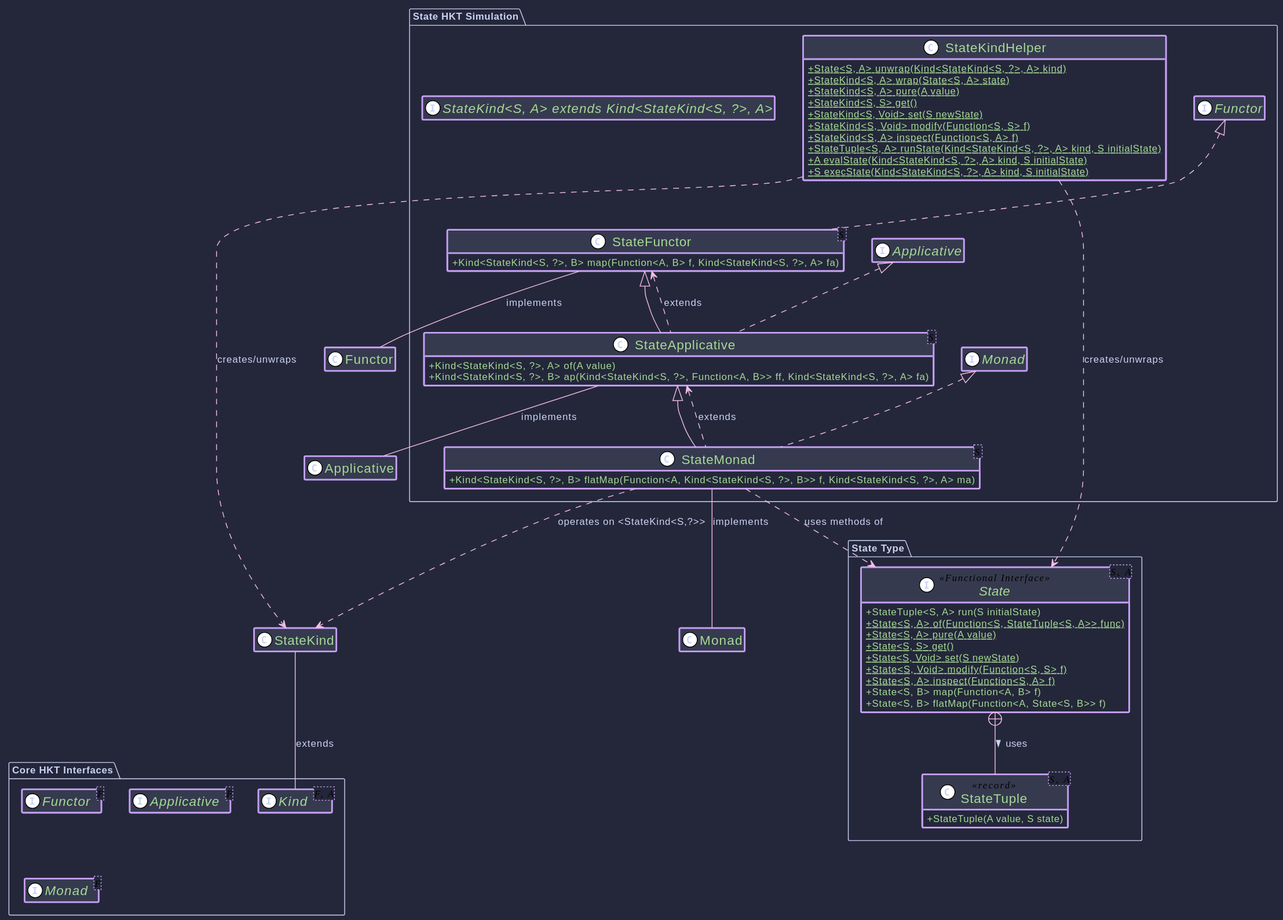
Above: hkj-book/src/images/puml/state_monad.svg in higher-kinded-j/higher-kinded-j (PlantUML), before the change.
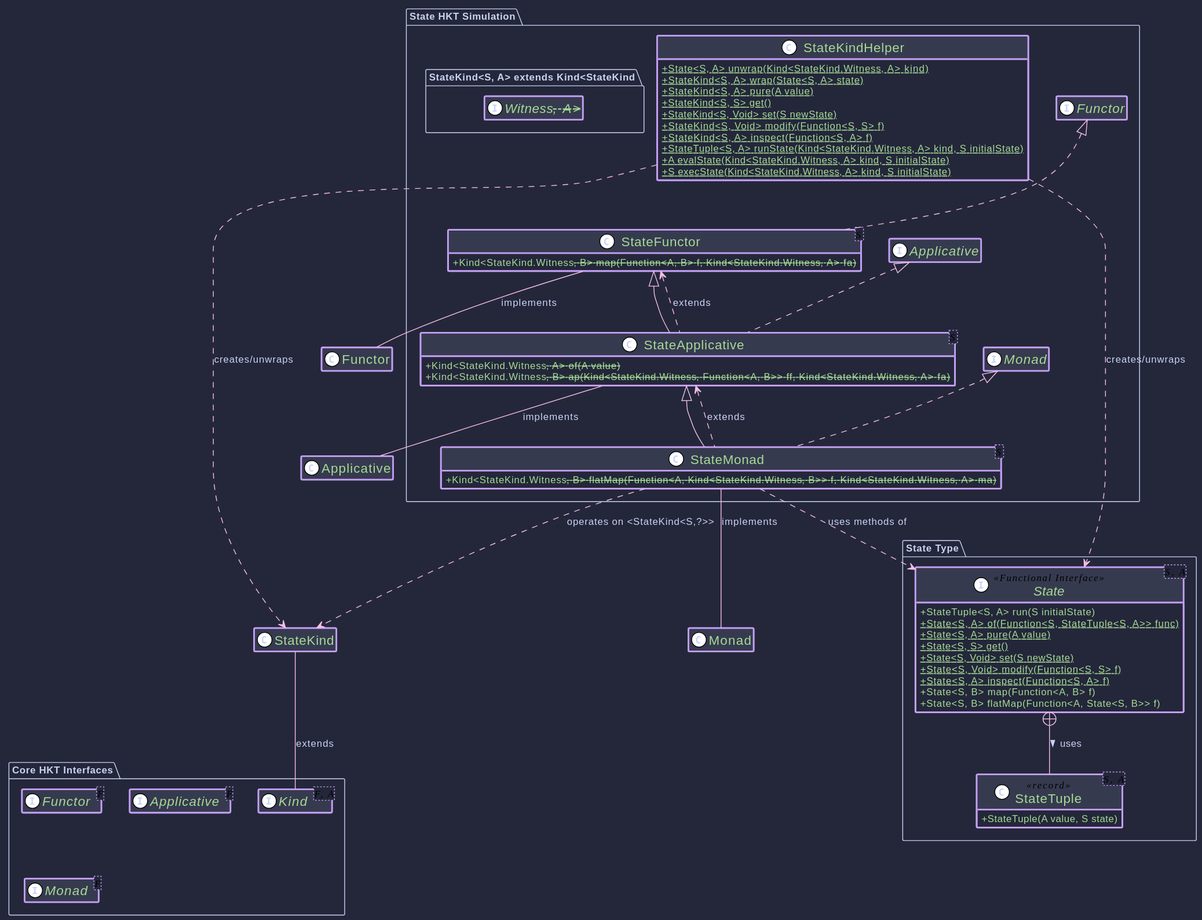
Later version of the same file.

Diff of the diagram source:
```diff
@@ -33,30 +33,30 @@
 }
 
 package "State HKT Simulation" {
-    interface "StateKind<S, A> extends Kind<StateKind<S, ?>, A>"
+    interface "StateKind<S, A> extends Kind<StateKind.Witness<S>, A>"
 
     class StateKindHelper {
-      + {static} State<S, A> unwrap(Kind<StateKind<S, ?>, A> kind)
+      + {static} State<S, A> unwrap(Kind<StateKind.Witness<S>, A> kind)
       + {static} StateKind<S, A> wrap(State<S, A> state)
       + {static} StateKind<S, A> pure(A value)
       + {static} StateKind<S, S> get()
       + {static} StateKind<S, Void> set(S newState)
       + {static} StateKind<S, Void> modify(Function<S, S> f)
       + {static} StateKind<S, A> inspect(Function<S, A> f)
-      + {static} StateTuple<S, A> runState(Kind<StateKind<S, ?>, A> kind, S initialState)
-      + {static} A evalState(Kind<StateKind<S, ?>, A> kind, S initialState)
-      + {static} S execState(Kind<StateKind<S, ?>, A> kind, S initialState)
+      + {static} StateTuple<S, A> runState(Kind<StateKind.Witness<S>, A> kind, S initialState)
+      + {static} A evalState(Kind<StateKind.Witness<S>, A> kind, S initialState)
+      + {static} S execState(Kind<StateKind.Witness<S>, A> kind, S initialState)
     }
 
-    class StateFunctor<S> implements Functor<StateKind<S, ?>> {
-       + Kind<StateKind<S, ?>, B> map(Function<A, B> f, Kind<StateKind<S, ?>, A> fa)
+    class StateFunctor<S> implements Functor<StateKind.Witness<S>> {
+       + Kind<StateKind.Witness<S>, B> map(Function<A, B> f, Kind<StateKind.Witness<S>, A> fa)
     }
-    class StateApplicative<S> extends StateFunctor<S> implements Applicative<StateKind<S, ?>> {
-       + Kind<StateKind<S, ?>, A> of(A value)
-       + Kind<StateKind<S, ?>, B> ap(Kind<StateKind<S, ?>, Function<A, B>> ff, Kind<StateKind<S, ?>, A> fa)
+    class StateApplicative<S> extends StateFunctor<S> implements Applicative<StateKind.Witness<S>> {
+       + Kind<StateKind.Witness<S>, A> of(A value)
+       + Kind<StateKind.Witness<S>, B> ap(Kind<StateKind.Witness<S>, Function<A, B>> ff, Kind<StateKind.Witness<S>, A> fa)
     }
-    class StateMonad<S> extends StateApplicative<S> implements Monad<StateKind<S, ?>> {
-       + Kind<StateKind<S, ?>, B> flatMap(Function<A, Kind<StateKind<S, ?>, B>> f, Kind<StateKind<S, ?>, A> ma)
+    class StateMonad<S> extends StateApplicative<S> implements Monad<StateKind.Witness<S>> {
+       + Kind<StateKind.Witness<S>, B> flatMap(Function<A, Kind<StateKind.Witness<S>, B>> f, Kind<StateKind.Witness<S>, A> ma)
     }
 }
 
```
